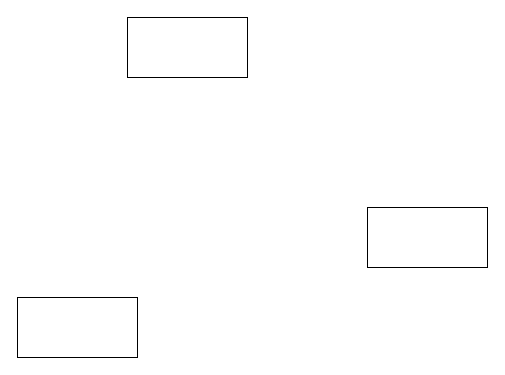
Earlier version of the draw.io diagram Untitled Diagram.drawio (mjohnsonengr/draw_io_diagrams). Source tidied: cells renumbered, new cells numbered last; positions are measured from the earlier drawing's top-left corner, leaving out a move shared by most shapes. Both pictures are drawn from the tidied source at 100%, with x=0, y=0 at pixel (17, 17).
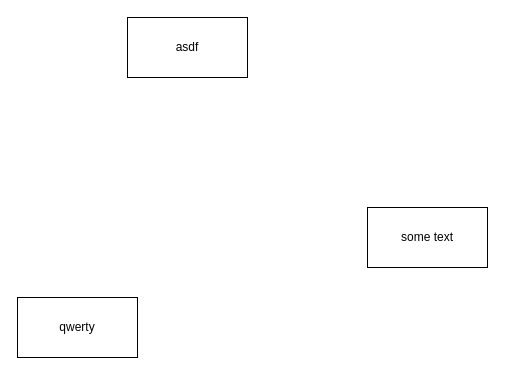
After the change.

Diff of the diagram source:
```diff
@@
 <mxGraphModel>
   <root>
     <mxCell id="0" />
     <mxCell id="1" parent="0" />
-    <mxCell id="2" style="rounded=0;whiteSpace=wrap;html=1;" parent="1" vertex="1">
+    <mxCell id="2" value="asdf" style="rounded=0;whiteSpace=wrap;html=1;" parent="1" vertex="1">
       <mxGeometry x="110" width="120" height="60" as="geometry" />
     </mxCell>
-    <mxCell id="3" style="rounded=0;whiteSpace=wrap;html=1;" parent="1" vertex="1">
+    <mxCell id="3" value="qwerty" style="rounded=0;whiteSpace=wrap;html=1;" parent="1" vertex="1">
       <mxGeometry y="280" width="120" height="60" as="geometry" />
     </mxCell>
-    <mxCell id="4" style="rounded=0;whiteSpace=wrap;html=1;" parent="1" vertex="1">
+    <mxCell id="4" value="some text" style="rounded=0;whiteSpace=wrap;html=1;" parent="1" vertex="1">
       <mxGeometry x="350" y="190" width="120" height="60" as="geometry" />
     </mxCell>
   </root>
 </mxGraphModel>
```
